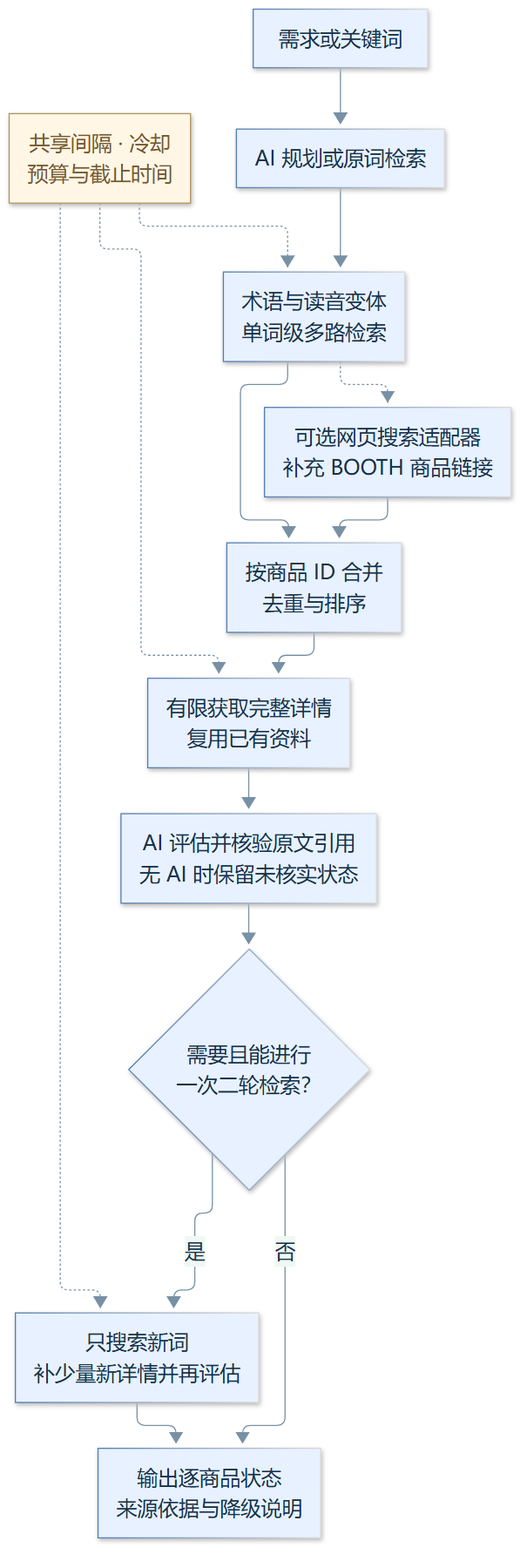
The Mermaid diagram docs/images/search-flow.png in wuhutakeoffyoo/booth-cli, before a commit. Its source is kept beside it as docs/diagrams/search-flow.mmd.
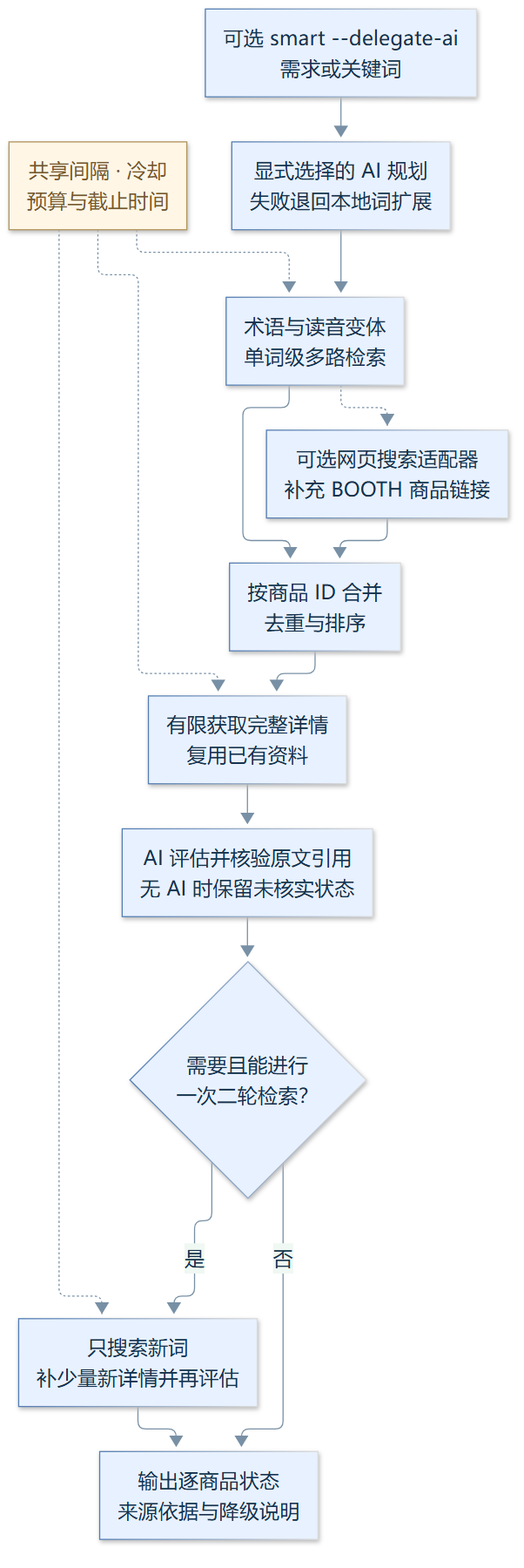
Above is the later version.

What changed in the source:
```diff
@@ -1,6 +1,6 @@
 %%{init: {"markdownAutoWrap":false,"fontFamily":"Microsoft YaHei","fontSize":18,"theme":"base","themeVariables":{"fontFamily":"Noto Sans CJK SC, Microsoft YaHei, sans-serif","fontSize":"18px","primaryColor":"#e8f1ff","primaryBorderColor":"#527db3","primaryTextColor":"#17324d","lineColor":"#7890a5","secondaryColor":"#eff8f2","tertiaryColor":"#fff6e6"},"flowchart":{"curve":"basis","wrappingWidth":400,"nodeSpacing":35,"rankSpacing":45}}}%%
 flowchart TD
-    A["需求或关键词"] --> B["AI 规划或原词检索"]
+    A["可选 smart --delegate-ai<br/>需求或关键词"] --> B["显式选择的 AI 规划<br/>失败退回本地词扩展"]
     B --> C["术语与读音变体<br/>单词级多路检索"]
     C --> D["按商品 ID 合并<br/>去重与排序"]
     C -.-> W["可选网页搜索适配器<br/>补充 BOOTH 商品链接"]
```
